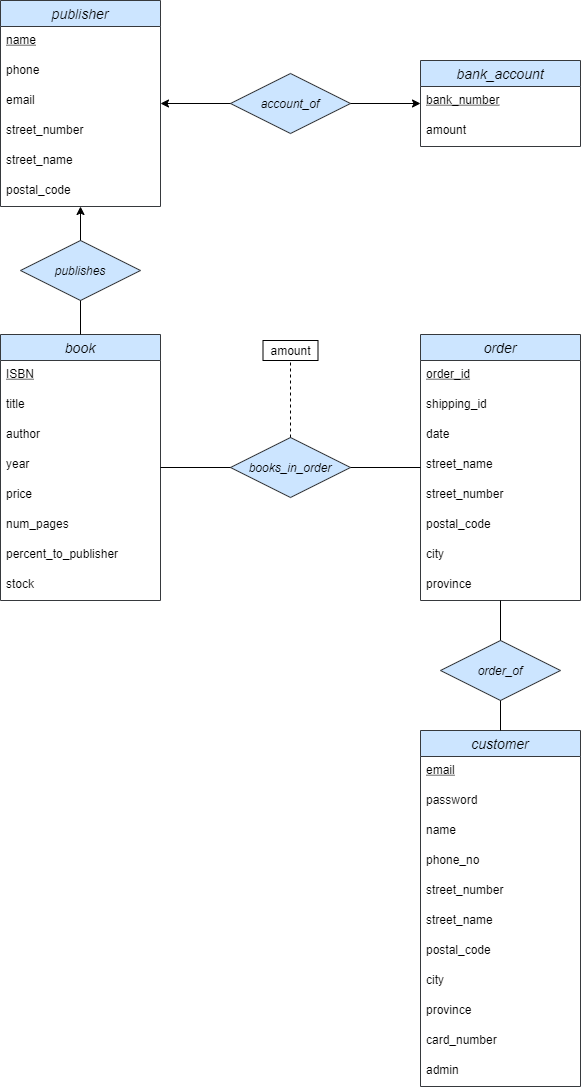
COMP3005A-Project/bookstore keeps this draw.io diagram as report/Diagrams/ER-diagram-bookstore-comp3005-finalproject.drawio.png. Above is the earlier version. Source tidied: cells renumbered, new cells last; positions are measured from the earlier drawing's top-left corner, leaving out a move shared by most shapes.
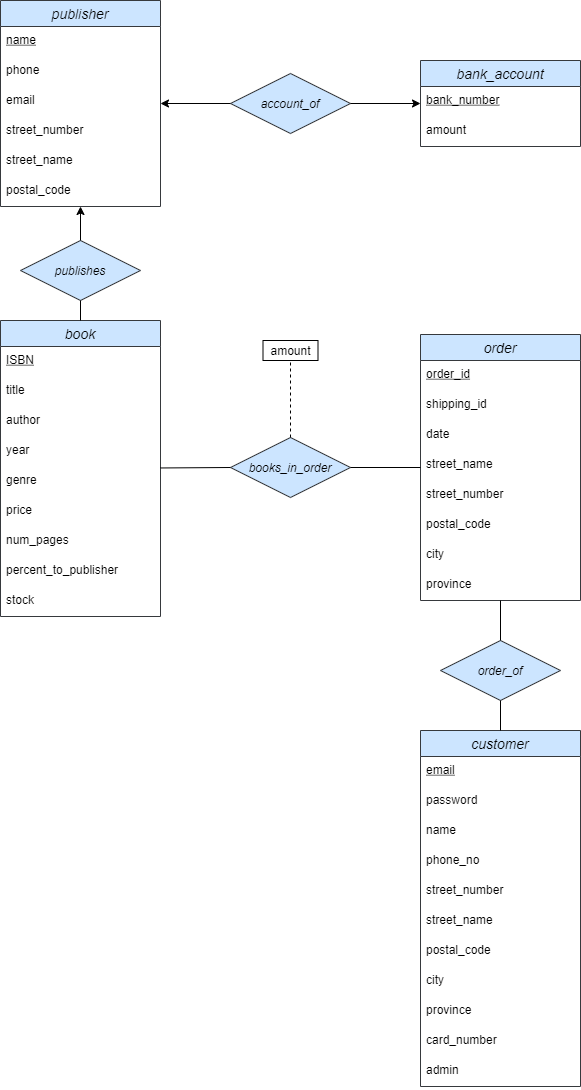
Later version of the same file.

The edit, as a diff of the source:
```diff
@@ -3,7 +3,7 @@
     <mxCell id="0" />
     <mxCell id="1" parent="0" />
     <mxCell id="2" value="book" style="swimlane;fontStyle=2;horizontal=1;startSize=26;align=center;fontSize=14;fillColor=#cce5ff;strokeColor=#36393d;" parent="1" vertex="1">
-      <mxGeometry y="334" width="160" height="266" as="geometry" />
+      <mxGeometry y="320" width="160" height="296" as="geometry" />
     </mxCell>
     <mxCell id="3" value="ISBN" style="text;strokeColor=none;fillColor=none;spacingLeft=4;spacingRight=4;overflow=hidden;fontSize=12;fontStyle=4;" parent="2" vertex="1">
       <mxGeometry y="26" width="160" height="30" as="geometry" />
@@ -17,17 +17,20 @@
     <mxCell id="6" value="year" style="text;strokeColor=none;fillColor=none;spacingLeft=4;spacingRight=4;overflow=hidden;fontSize=12;" parent="2" vertex="1">
       <mxGeometry y="116" width="160" height="30" as="geometry" />
     </mxCell>
+    <mxCell id="56" value="genre" style="text;strokeColor=none;fillColor=none;spacingLeft=4;spacingRight=4;overflow=hidden;fontSize=12;" parent="2" vertex="1">
+      <mxGeometry y="146" width="160" height="30" as="geometry" />
+    </mxCell>
     <mxCell id="7" value="price" style="text;strokeColor=none;fillColor=none;spacingLeft=4;spacingRight=4;overflow=hidden;fontSize=12;" parent="2" vertex="1">
-      <mxGeometry y="146" width="160" height="30" as="geometry" />
+      <mxGeometry y="176" width="160" height="30" as="geometry" />
     </mxCell>
     <mxCell id="8" value="num_pages" style="text;strokeColor=none;fillColor=none;spacingLeft=4;spacingRight=4;overflow=hidden;fontSize=12;" parent="2" vertex="1">
-      <mxGeometry y="176" width="160" height="30" as="geometry" />
+      <mxGeometry y="206" width="160" height="30" as="geometry" />
     </mxCell>
     <mxCell id="9" value="percent_to_publisher" style="text;strokeColor=none;fillColor=none;spacingLeft=4;spacingRight=4;overflow=hidden;fontSize=12;" parent="2" vertex="1">
-      <mxGeometry y="206" width="160" height="30" as="geometry" />
+      <mxGeometry y="236" width="160" height="30" as="geometry" />
     </mxCell>
     <mxCell id="10" value="stock" style="text;strokeColor=none;fillColor=none;spacingLeft=4;spacingRight=4;overflow=hidden;fontSize=12;" parent="2" vertex="1">
-      <mxGeometry y="236" width="160" height="30" as="geometry" />
+      <mxGeometry y="266" width="160" height="30" as="geometry" />
     </mxCell>
     <mxCell id="11" value="publisher" style="swimlane;fontStyle=2;horizontal=1;startSize=26;align=center;fontSize=14;fillColor=#cce5ff;strokeColor=#36393d;" parent="1" vertex="1">
       <mxGeometry width="160" height="206" as="geometry" />
```
